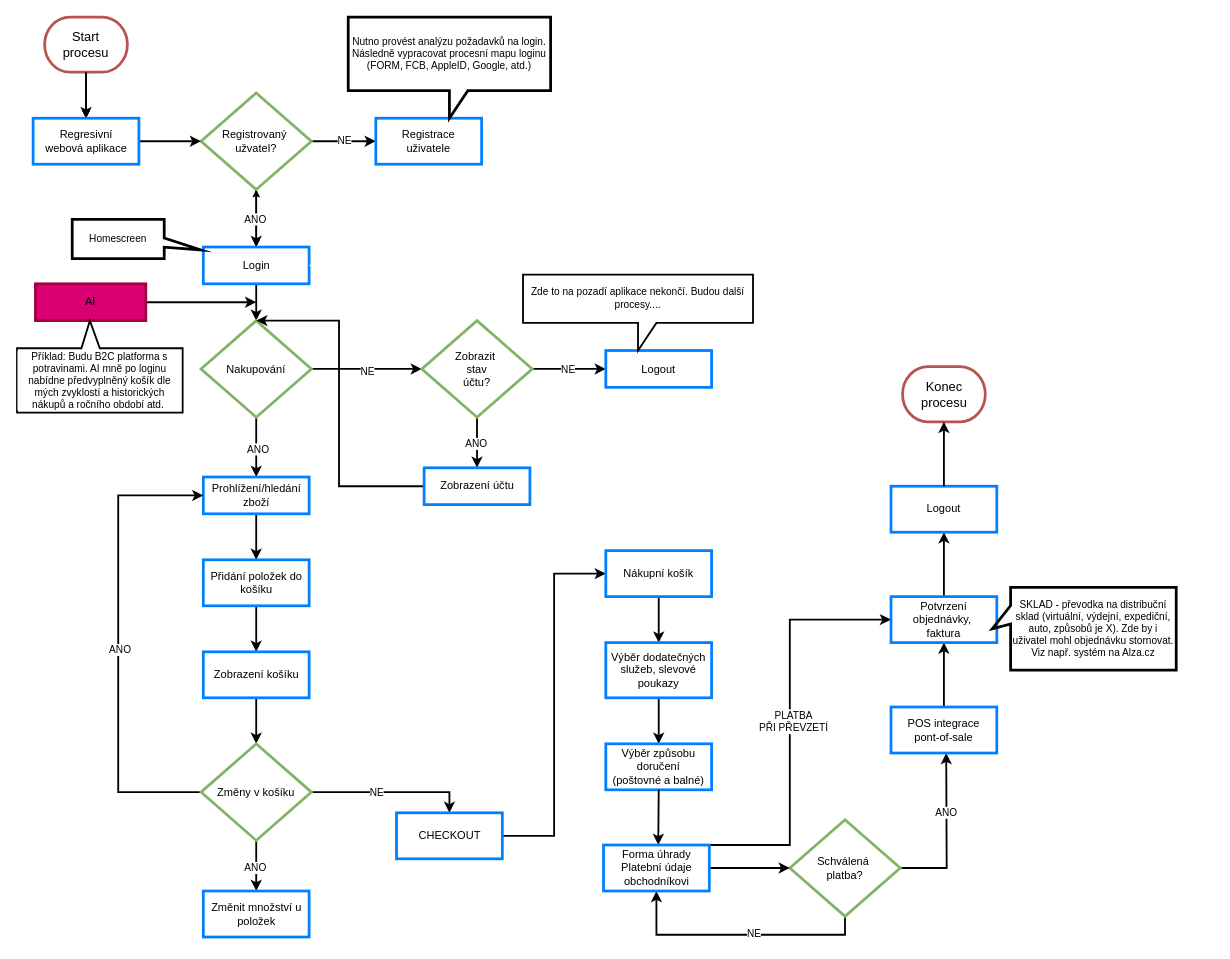
Earlier version of the draw.io diagram asseco_solutions/asseco_solution_case_study_v1.drawio (janbavor/drawio). Source tidied: cells renumbered, new cells numbered last; positions are measured from the earlier drawing's top-left corner, leaving out a move shared by most shapes. Both pictures are drawn from the tidied source at 92%, with x=0, y=0 at pixel (17, 17).
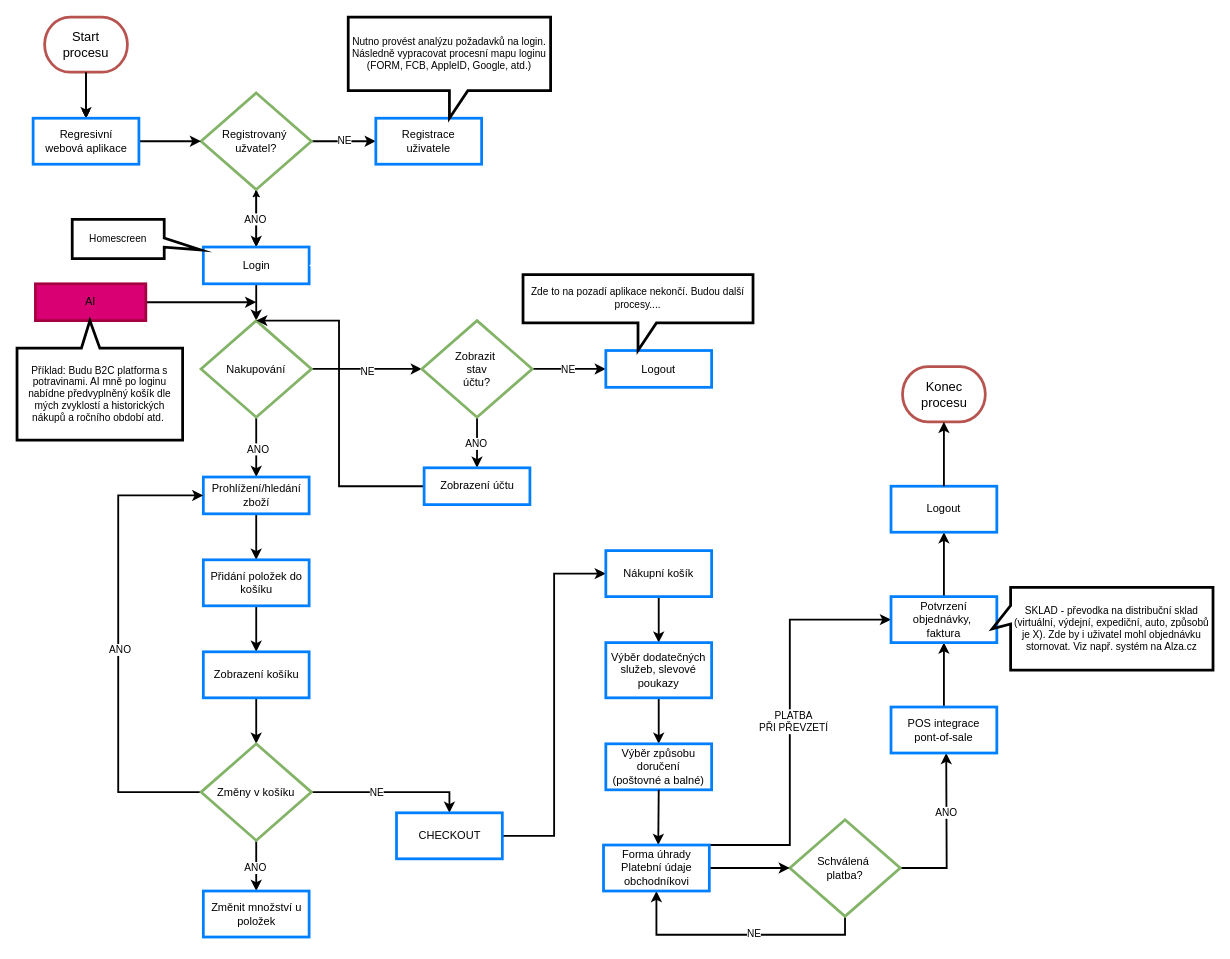
Above is the later version.

The edit, as a diff of the source:
```diff
@@
-    <mxCell id="38" value="Příklad: Budu B2C platforma s potravinami. AI mně po loginu nabídne předvyplněný košík dle mých zvyklostí a historických nákupů a ročního období atd.&amp;nbsp;" style="shape=callout;whiteSpace=wrap;html=1;perimeter=calloutPerimeter;fontFamily=Helvetica;fontSize=11;fillColor=none;strokeColor=#000000;fontColor=#000000;strokeWidth=2;position2=0.56;direction=west;labelBackgroundColor=default;endArrow=classic;rounded=0;" parent="1" vertex="1">
-      <mxGeometry y="330" width="180" height="100" as="geometry" />
+    <mxCell id="38" value="Příklad: Budu B2C platforma s potravinami. AI mně po loginu nabídne předvyplněný košík dle mých zvyklostí a historických nákupů a ročního období atd.&amp;nbsp;" style="shape=callout;whiteSpace=wrap;html=1;perimeter=calloutPerimeter;fontFamily=Helvetica;fontSize=11;fillColor=none;strokeColor=#000000;fontColor=#000000;strokeWidth=3;position2=0.56;direction=west;labelBackgroundColor=none;endArrow=classic;rounded=0;spacing=2;" parent="1" vertex="1">
+      <mxGeometry y="330" width="180" height="130" as="geometry" />
     </mxCell>
-    <mxCell id="39" value="Zde to na pozadí aplikace nekončí. Budou další procesy...." style="shape=callout;whiteSpace=wrap;html=1;perimeter=calloutPerimeter;fontFamily=Helvetica;fontSize=11;fillColor=none;strokeColor=#000000;fontColor=#000000;strokeWidth=2;labelBackgroundColor=none;endArrow=classic;rounded=0;" parent="1" vertex="1">
+    <mxCell id="39" value="Zde to na pozadí aplikace nekončí. Budou další procesy...." style="shape=callout;whiteSpace=wrap;html=1;perimeter=calloutPerimeter;fontFamily=Helvetica;fontSize=11;fillColor=none;strokeColor=#000000;fontColor=#000000;strokeWidth=3;labelBackgroundColor=none;endArrow=classic;rounded=0;" parent="1" vertex="1">
       <mxGeometry x="550" y="280" width="250" height="82.5" as="geometry" />
     </mxCell>
@@
     <mxCell id="77" value="SKLAD - převodka na distribuční sklad (virtuální, výdejní, expediční, auto, způsobů je X). Zde by i uživatel mohl objednávku stornovat. Viz např. systém na Alza.cz" style="shape=callout;whiteSpace=wrap;html=1;perimeter=calloutPerimeter;fontFamily=Helvetica;fontSize=11;fillColor=none;strokeColor=#000000;fontColor=#000000;strokeWidth=3;direction=south;size=20;position=0.22;" parent="1" vertex="1">
-      <mxGeometry x="1060" y="620" width="200" height="90" as="geometry" />
+      <mxGeometry x="1060" y="620" width="240" height="90" as="geometry" />
     </mxCell>
```
